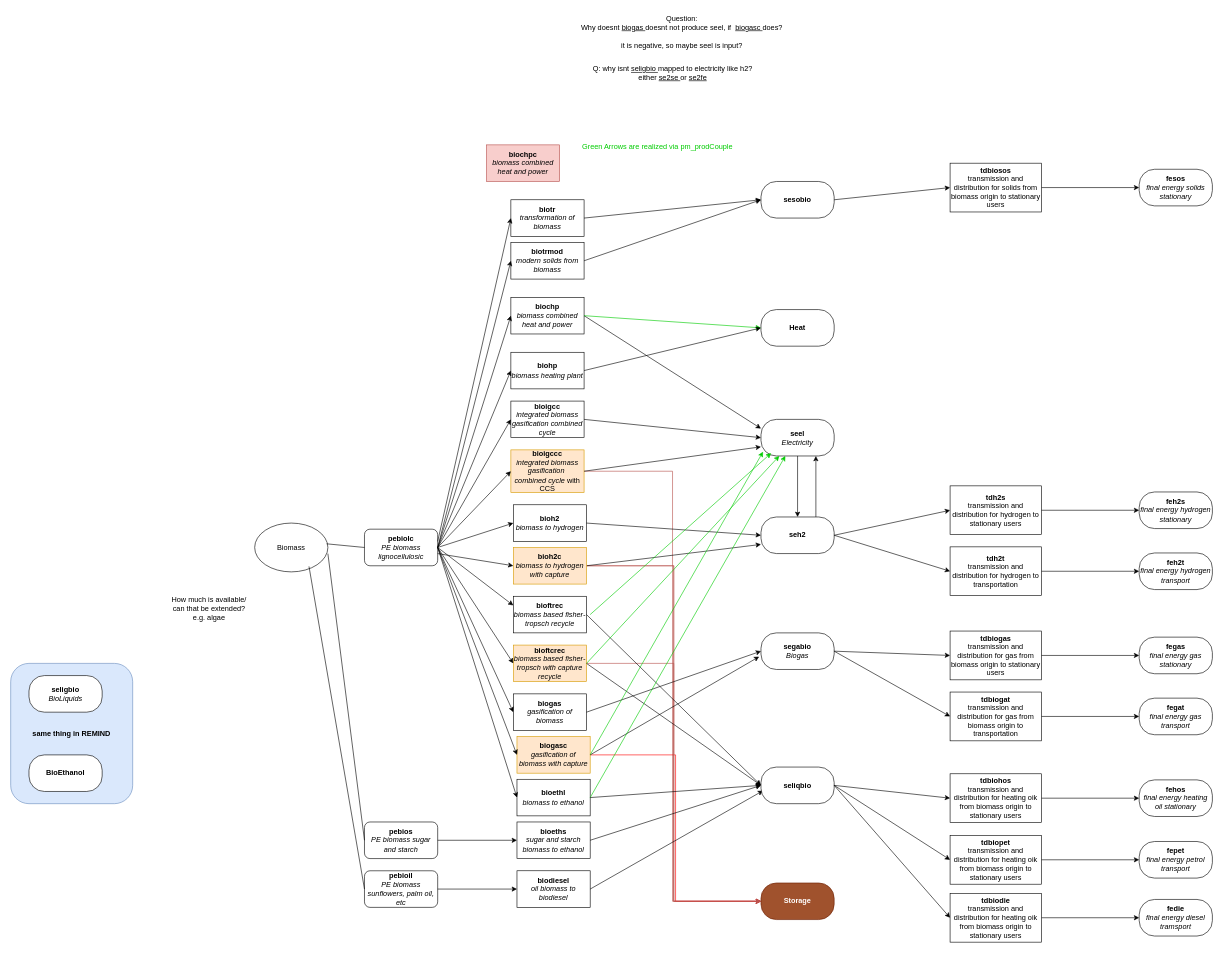
robertsalzwedel/carma keeps this draw.io diagram as biomass.drawio. Above is the earlier version. Source tidied: cells renumbered, new cells numbered last; positions are measured from the earlier drawing's top-left corner, leaving out a move shared by most shapes. Both pictures are drawn from the tidied source at 61%, with x=0, y=0 at pixel (10, 10).
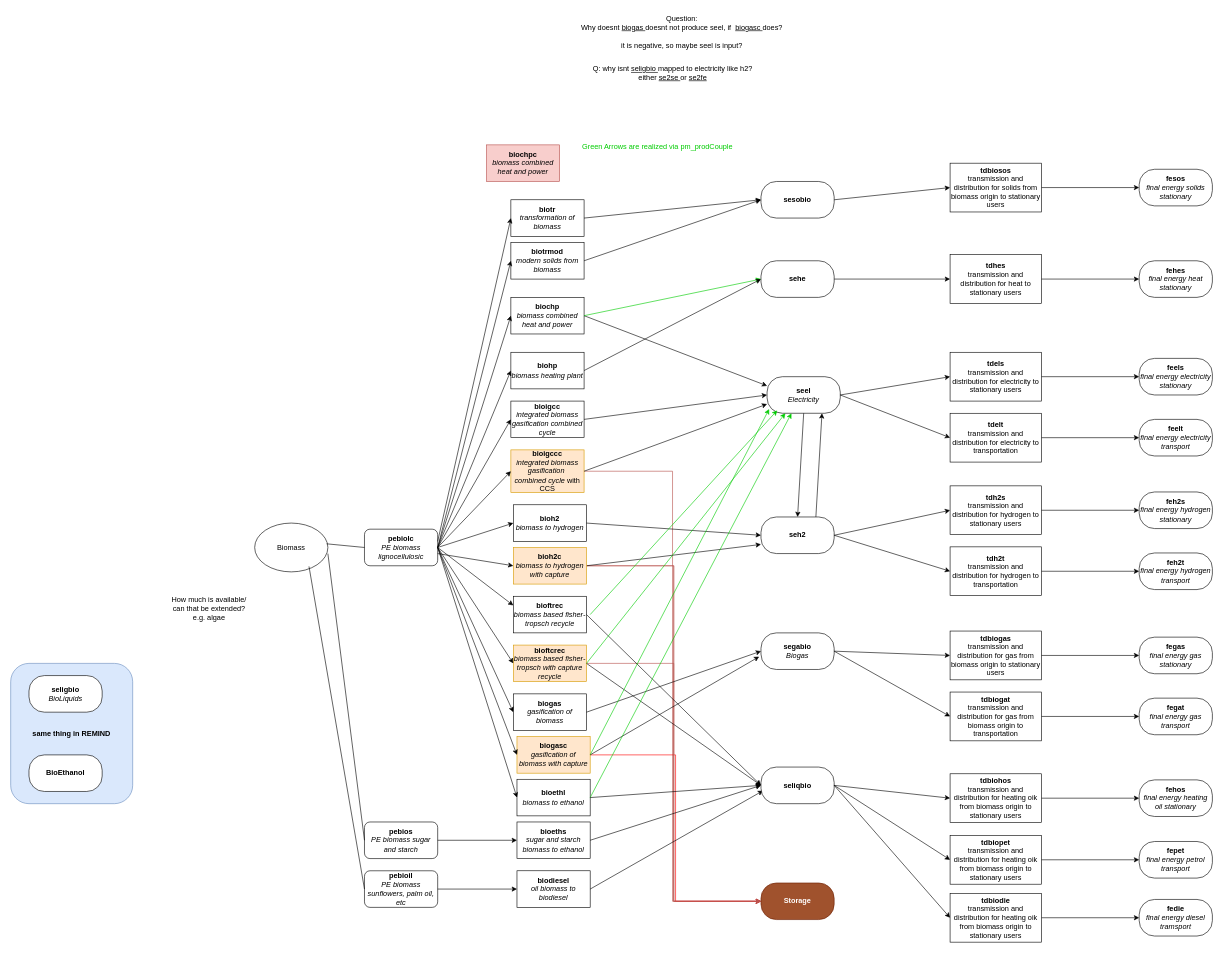
After the change.

Diff of the diagram source:
```diff
@@
     <mxCell id="5" value="&lt;div&gt;&lt;b&gt;seel&lt;/b&gt;&lt;/div&gt;&lt;div&gt;&lt;i&gt;Electricity&lt;b&gt;&lt;br&gt;&lt;/b&gt;&lt;/i&gt;&lt;/div&gt;" style="rounded=1;whiteSpace=wrap;html=1;arcSize=42;" parent="1" vertex="1">
-      <mxGeometry x="1230" y="670" width="120" height="60" as="geometry" />
+      <mxGeometry x="1240" y="600" width="120" height="60" as="geometry" />
     </mxCell>
-    <mxCell id="6" value="&lt;b&gt;Heat&lt;/b&gt;" style="rounded=1;whiteSpace=wrap;html=1;arcSize=42;" parent="1" vertex="1">
-      <mxGeometry x="1230" y="490" width="120" height="60" as="geometry" />
+    <mxCell id="6" value="&lt;b&gt;sehe&lt;/b&gt;" style="rounded=1;whiteSpace=wrap;html=1;arcSize=42;" parent="1" vertex="1">
+      <mxGeometry x="1230" y="410" width="120" height="60" as="geometry" />
     </mxCell>
@@
+    <mxCell id="114" value="&lt;b&gt;feels&lt;/b&gt;&lt;div&gt;&lt;i&gt;final energy electricity stationary&lt;br&gt;&lt;/i&gt;&lt;/div&gt;" style="rounded=1;whiteSpace=wrap;html=1;arcSize=42;" parent="1" vertex="1">
+      <mxGeometry x="1850" y="570" width="120" height="60" as="geometry" />
+    </mxCell>
+    <mxCell id="115" value="&lt;div&gt;&lt;b&gt;feelt&lt;/b&gt;&lt;/div&gt;&lt;div&gt;&lt;i&gt;final energy electricity transport&lt;b&gt;&lt;br&gt;&lt;/b&gt;&lt;/i&gt;&lt;/div&gt;" style="rounded=1;whiteSpace=wrap;html=1;arcSize=42;" parent="1" vertex="1">
+      <mxGeometry x="1850" y="670" width="120" height="60" as="geometry" />
+    </mxCell>
+    <mxCell id="116" value="&lt;div&gt;&lt;b&gt;tdels&lt;/b&gt;&lt;/div&gt;transmission and distribution for electricity to stationary users" style="rounded=0;whiteSpace=wrap;html=1;" parent="1" vertex="1">
+      <mxGeometry x="1540" y="560" width="150" height="80" as="geometry" />
+    </mxCell>
+    <mxCell id="117" value="&lt;div&gt;&lt;b&gt;tdelt&lt;/b&gt;&lt;/div&gt;transmission and distribution for electricity to transportation" style="rounded=0;whiteSpace=wrap;html=1;" parent="1" vertex="1">
+      <mxGeometry x="1540" y="660" width="150" height="80" as="geometry" />
+    </mxCell>
+    <mxCell id="118" style="endArrow=classic;html=1;rounded=0;exitX=1;exitY=0.5;exitDx=0;exitDy=0;entryX=0;entryY=0.5;entryDx=0;entryDy=0;" parent="1" edge="1" source="116" target="114">
+      <mxGeometry relative="1" as="geometry" />
+    </mxCell>
+    <mxCell id="119" style="endArrow=classic;html=1;rounded=0;exitX=1;exitY=0.5;exitDx=0;exitDy=0;entryX=0;entryY=0.5;entryDx=0;entryDy=0;" parent="1" edge="1" source="117" target="115">
+      <mxGeometry relative="1" as="geometry" />
+    </mxCell>
+    <mxCell id="120" style="endArrow=classic;html=1;rounded=0;exitX=1;exitY=0.5;exitDx=0;exitDy=0;entryX=0;entryY=0.5;entryDx=0;entryDy=0;" parent="1" edge="1" source="5" target="116">
+      <mxGeometry relative="1" as="geometry" />
+    </mxCell>
+    <mxCell id="121" style="endArrow=classic;html=1;rounded=0;exitX=1;exitY=0.5;exitDx=0;exitDy=0;entryX=0;entryY=0.5;entryDx=0;entryDy=0;" parent="1" edge="1" source="5" target="117">
+      <mxGeometry relative="1" as="geometry" />
+    </mxCell>
+    <mxCell id="122" value="&lt;b&gt;fehes&lt;/b&gt;&lt;div&gt;&lt;i&gt;final energy heat stationary&lt;br&gt;&lt;/i&gt;&lt;/div&gt;" style="rounded=1;whiteSpace=wrap;html=1;arcSize=42;" parent="1" vertex="1">
+      <mxGeometry x="1850" y="410" width="120" height="60" as="geometry" />
+    </mxCell>
+    <mxCell id="123" value="&lt;div&gt;&lt;b&gt;tdhes&lt;/b&gt;&lt;/div&gt;transmission and distribution for heat to stationary users" style="rounded=0;whiteSpace=wrap;html=1;" parent="1" vertex="1">
+      <mxGeometry x="1540" y="400" width="150" height="80" as="geometry" />
+    </mxCell>
+    <mxCell id="124" style="endArrow=classic;html=1;rounded=0;exitX=1;exitY=0.5;exitDx=0;exitDy=0;entryX=0;entryY=0.5;entryDx=0;entryDy=0;" parent="1" edge="1" source="123" target="122">
+      <mxGeometry relative="1" as="geometry" />
+    </mxCell>
+    <mxCell id="125" style="endArrow=classic;html=1;rounded=0;exitX=1;exitY=0.5;exitDx=0;exitDy=0;" parent="1" edge="1" source="6" target="123">
+      <mxGeometry relative="1" as="geometry" />
+    </mxCell>
```
